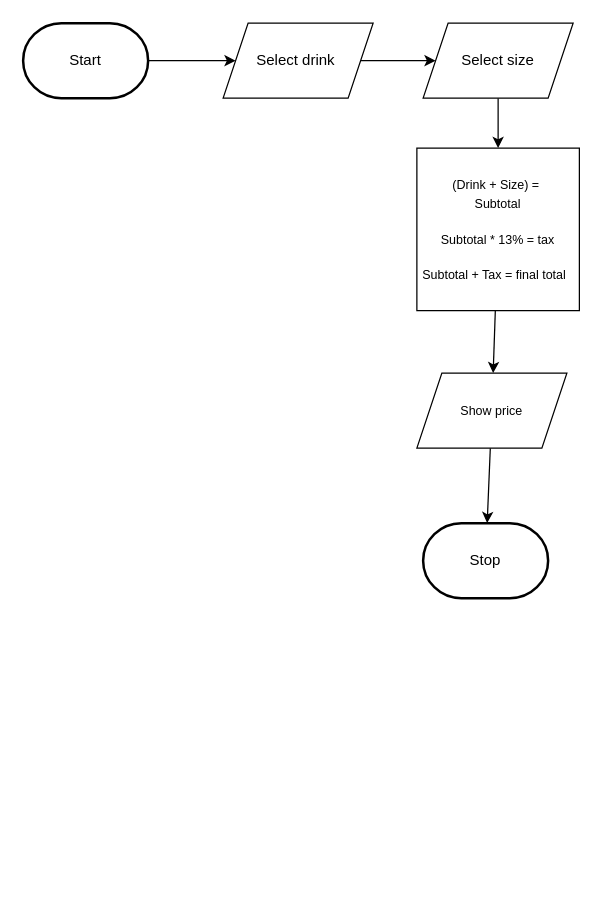
Before: design/flowchart.drawio in MTHS-ICS2O-2-2022/ICS2O-Assignment-04-alyssia-fung, a draw.io diagram. Source tidied: cells renumbered, new cells numbered last; positions are measured from the earlier drawing's top-left corner, leaving out a move shared by most shapes. Both pictures are drawn from the tidied source at 125%, with x=0, y=0 at pixel (22, 22).
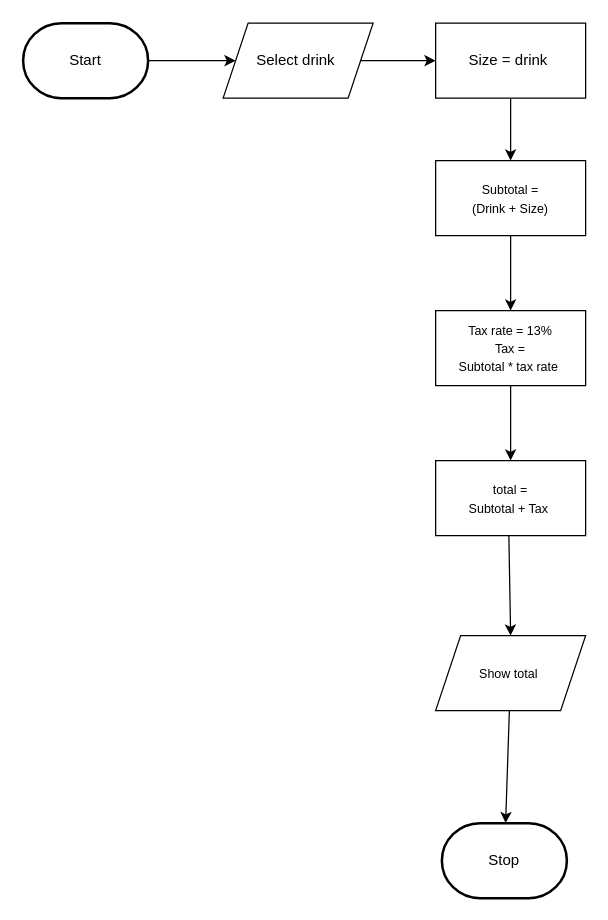
The same diagram, later.

Unchanged cells that the change refers to:
```xml
<mxCell id="6" value="Select drink&amp;nbsp;" style="shape=parallelogram;perimeter=parallelogramPerimeter;whiteSpace=wrap;html=1;fixedSize=1;" parent="1" vertex="1">
  <mxGeometry x="160" width="120" height="60" as="geometry" />
</mxCell>
```

The edit, as a diff of the source:
```diff
@@
     <mxCell id="4" value="Stop" style="strokeWidth=2;html=1;shape=mxgraph.flowchart.terminator;whiteSpace=wrap;" parent="1" vertex="1">
-      <mxGeometry x="320" y="400" width="100" height="60" as="geometry" />
+      <mxGeometry x="335" y="640" width="100" height="60" as="geometry" />
     </mxCell>
-    <mxCell id="5" style="edgeStyle=none;html=1;fontSize=10;" parent="1" edge="1" source="6" target="8">
-      <mxGeometry relative="1" as="geometry" />
+    <mxCell id="5" style="edgeStyle=none;html=1;fontSize=10;" parent="1" edge="1" source="6">
+      <mxGeometry relative="1" as="geometry">
+        <mxPoint x="330" y="30" as="targetPoint" />
+      </mxGeometry>
     </mxCell>
@@
-    <mxCell id="7" style="edgeStyle=none;html=1;fontSize=10;" parent="1" edge="1" source="8" target="10">
-      <mxGeometry relative="1" as="geometry" />
-    </mxCell>
-    <mxCell id="8" value="Select size" style="shape=parallelogram;perimeter=parallelogramPerimeter;whiteSpace=wrap;html=1;fixedSize=1;" parent="1" vertex="1">
-      <mxGeometry x="320" width="120" height="60" as="geometry" />
-    </mxCell>
-    <mxCell id="9" style="edgeStyle=none;html=1;fontSize=10;" parent="1" edge="1" source="10" target="12">
-      <mxGeometry relative="1" as="geometry" />
-    </mxCell>
-    <mxCell id="10" value="&lt;font style=&quot;font-size: 10px;&quot;&gt;(Drink + Size) =&amp;nbsp;&lt;br&gt;Subtotal&lt;br&gt;&lt;br&gt;Subtotal * 13% = tax&lt;br&gt;&lt;br&gt;Subtotal + Tax = final total&amp;nbsp;&amp;nbsp;&lt;/font&gt;" style="whiteSpace=wrap;html=1;" parent="1" vertex="1">
-      <mxGeometry x="315" y="100" width="130" height="130" as="geometry" />
-    </mxCell>
-    <mxCell id="11" style="edgeStyle=none;html=1;fontSize=10;" parent="1" edge="1" source="12" target="4">
+    <mxCell id="11" style="edgeStyle=none;html=1;" parent="1" edge="1" source="12" target="4">
       <mxGeometry relative="1" as="geometry" />
     </mxCell>
-    <mxCell id="12" value="Show price" style="shape=parallelogram;perimeter=parallelogramPerimeter;whiteSpace=wrap;html=1;fixedSize=1;fontSize=10;" parent="1" vertex="1">
-      <mxGeometry x="315" y="280" width="120" height="60" as="geometry" />
+    <mxCell id="12" value="Show total&amp;nbsp;" style="shape=parallelogram;perimeter=parallelogramPerimeter;whiteSpace=wrap;html=1;fixedSize=1;fontSize=10;" parent="1" vertex="1">
+      <mxGeometry x="330" y="490" width="120" height="60" as="geometry" />
     </mxCell>
+    <mxCell id="13" style="edgeStyle=none;html=1;" parent="1" edge="1">
+      <mxGeometry relative="1" as="geometry">
+        <mxPoint x="390" y="170" as="sourcePoint" />
+        <mxPoint x="390" y="230" as="targetPoint" />
+      </mxGeometry>
+    </mxCell>
+    <mxCell id="14" style="edgeStyle=none;html=1;entryX=0.5;entryY=0;entryDx=0;entryDy=0;" parent="1" edge="1">
+      <mxGeometry relative="1" as="geometry">
+        <mxPoint x="390" y="290" as="sourcePoint" />
+        <mxPoint x="390" y="350" as="targetPoint" />
+      </mxGeometry>
+    </mxCell>
+    <mxCell id="15" style="edgeStyle=none;html=1;entryX=0.5;entryY=0;entryDx=0;entryDy=0;" parent="1" edge="1" target="12">
+      <mxGeometry relative="1" as="geometry">
+        <mxPoint x="388.6" y="410" as="sourcePoint" />
+      </mxGeometry>
+    </mxCell>
+    <mxCell id="16" style="edgeStyle=none;html=1;" parent="1" edge="1" source="17">
+      <mxGeometry relative="1" as="geometry">
+        <mxPoint x="390" y="110" as="targetPoint" />
+      </mxGeometry>
+    </mxCell>
+    <mxCell id="17" value="Size = drink&amp;nbsp;" style="rounded=0;whiteSpace=wrap;html=1;" parent="1" vertex="1">
+      <mxGeometry x="330" width="120" height="60" as="geometry" />
+    </mxCell>
+    <mxCell id="18" value="&lt;span style=&quot;font-size: 10px;&quot;&gt;Subtotal =&lt;br&gt;&amp;nbsp;&lt;/span&gt;&lt;span style=&quot;font-size: 10px;&quot;&gt;(Drink + Size)&amp;nbsp;&lt;/span&gt;" style="rounded=0;whiteSpace=wrap;html=1;" parent="1" vertex="1">
+      <mxGeometry x="330" y="110" width="120" height="60" as="geometry" />
+    </mxCell>
+    <mxCell id="19" value="&lt;span style=&quot;font-size: 10px;&quot;&gt;Tax rate = 13%&lt;/span&gt;&lt;br style=&quot;font-size: 10px;&quot;&gt;&lt;span style=&quot;font-size: 10px;&quot;&gt;Tax =&lt;/span&gt;&lt;br style=&quot;font-size: 10px;&quot;&gt;&lt;span style=&quot;font-size: 10px;&quot;&gt;Subtotal * tax rate&amp;nbsp;&lt;/span&gt;" style="rounded=0;whiteSpace=wrap;html=1;" parent="1" vertex="1">
+      <mxGeometry x="330" y="230" width="120" height="60" as="geometry" />
+    </mxCell>
+    <mxCell id="20" value="&lt;span style=&quot;font-size: 10px;&quot;&gt;total =&lt;/span&gt;&lt;br style=&quot;font-size: 10px;&quot;&gt;&lt;span style=&quot;font-size: 10px;&quot;&gt;Subtotal + Tax&amp;nbsp;&lt;/span&gt;" style="rounded=0;whiteSpace=wrap;html=1;" parent="1" vertex="1">
+      <mxGeometry x="330" y="350" width="120" height="60" as="geometry" />
+    </mxCell>
```
